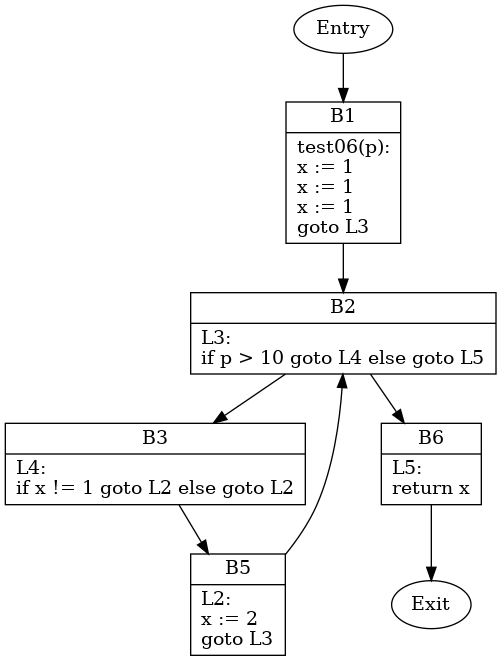
The Graphviz diagram control_flow/analysis/examples/test06_001_cfg.png in aprell/compiler-potpourri, before a commit. Its source is kept beside it as control_flow/analysis/examples/test06_001_cfg.dot. The source it was exported from:
```dot
digraph CFG {
    B1 [shape=record label="{B1|test06(p):\lx := 1\lx := 1\lx := 1\lgoto L3\l}"];
    B2 [shape=record label="{B2|L3:\lif p \> 10 goto L4 else goto L5\l}"];
    B3 [shape=record label="{B3|L4:\lif x != 1 goto L2 else goto L2\l}"];
    B5 [shape=record label="{B5|L2:\lx := 2\lgoto L3\l}"];
    B6 [shape=record label="{B6|L5:\lreturn x\l}"];
    Entry -> B1;
    B1 -> B2;
    B2 -> B3;
    B2 -> B6;
    B3 -> B5;
    B5 -> B2;
    B6 -> Exit;
}
```
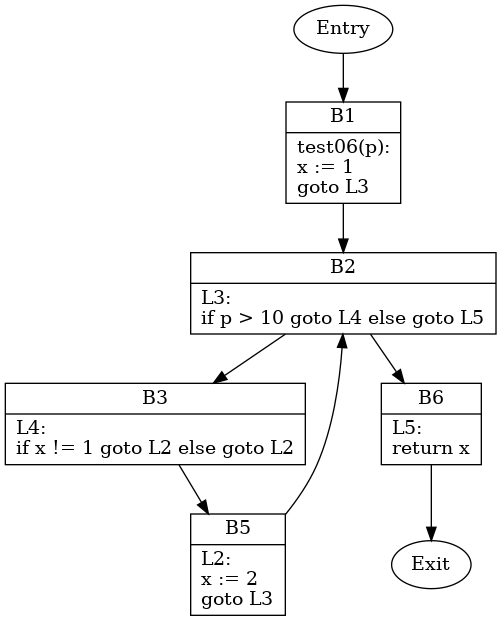
Above is the later version.

Change to the diagram source:
```diff
@@ -1,5 +1,5 @@
 digraph CFG {
-    B1 [shape=record label="{B1|test06(p):\lx := 1\lx := 1\lx := 1\lgoto L3\l}"];
+    B1 [shape=record label="{B1|test06(p):\lx := 1\lgoto L3\l}"];
     B2 [shape=record label="{B2|L3:\lif p \> 10 goto L4 else goto L5\l}"];
     B3 [shape=record label="{B3|L4:\lif x != 1 goto L2 else goto L2\l}"];
     B5 [shape=record label="{B5|L2:\lx := 2\lgoto L3\l}"];
```
